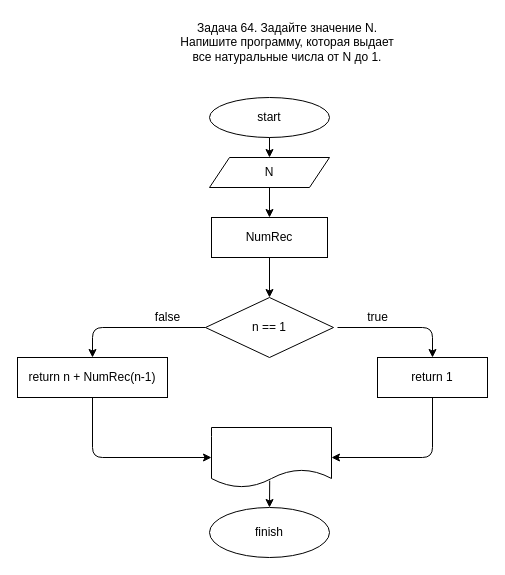
Before: ex64/diag64.drawio in RomanenkoElena/Homework9, a draw.io diagram. Source tidied: cells renumbered, new cells numbered last; positions are measured from the earlier drawing's top-left corner, leaving out a move shared by most shapes. Both pictures are drawn from the tidied source at 100%, with x=0, y=0 at pixel (17, 17).
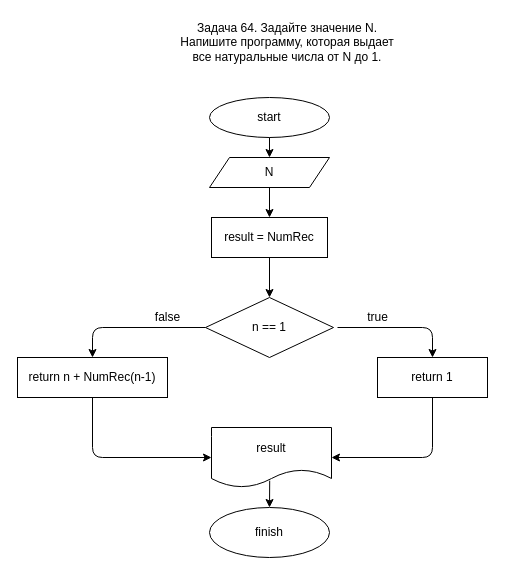
The same diagram, later.

The edit, as a diff of the source:
```diff
@@
-    <mxCell id="6" value="NumRec" style="rounded=0;whiteSpace=wrap;html=1;" parent="1" vertex="1">
+    <mxCell id="6" value="result = NumRec" style="rounded=0;whiteSpace=wrap;html=1;" parent="1" vertex="1">
       <mxGeometry x="194" y="200" width="116" height="40" as="geometry" />
     </mxCell>
@@
-    <mxCell id="10" style="shape=document;whiteSpace=wrap;html=1;boundedLbl=1;" parent="1" vertex="1">
+    <mxCell id="10" value="result" style="shape=document;whiteSpace=wrap;html=1;boundedLbl=1;" parent="1" vertex="1">
       <mxGeometry x="194" y="410" width="120" height="60" as="geometry" />
     </mxCell>
```
